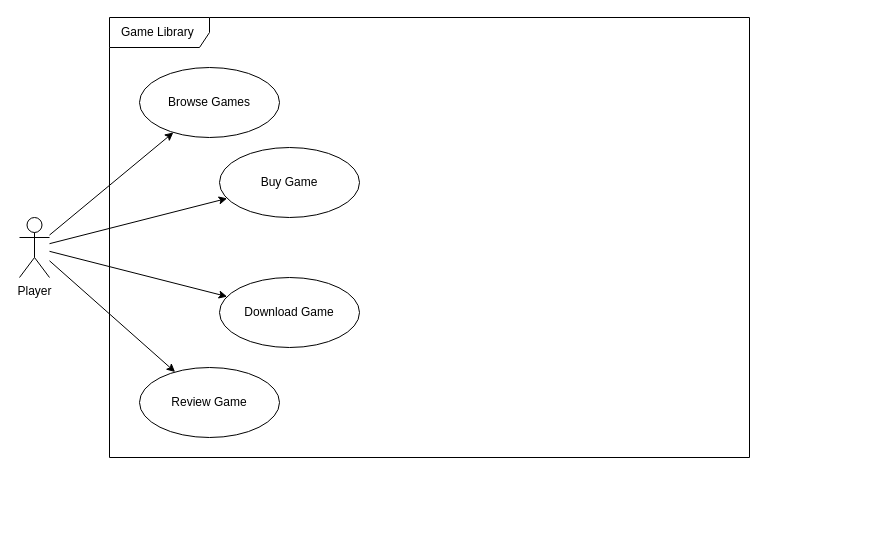
Above: model/Ole/use-case.drawio in Hoglar/tsd2080-oblig1 (draw.io), before the change. Source tidied: cells renumbered, new cells numbered last; positions are measured from the earlier drawing's top-left corner, leaving out a move shared by most shapes. Both pictures are drawn from the tidied source at 100%, with x=0, y=0 at pixel (19, 17).
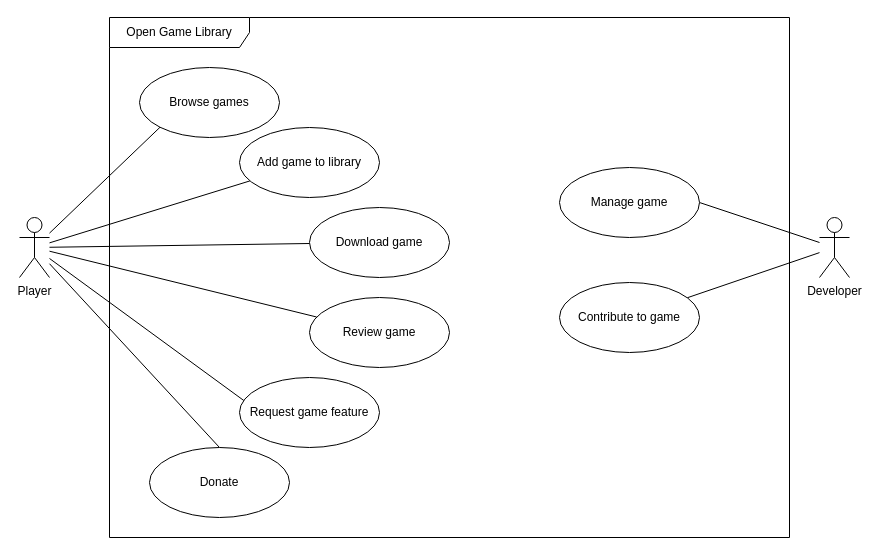
After the change.

Commit message (it also covers changes not shown here):
Add use case and class diagram and ADR file

Unchanged cells that the change refers to:
```xml
<mxCell id="7" value="Player" style="shape=umlActor;verticalLabelPosition=bottom;verticalAlign=top;html=1;" parent="1" vertex="1">
  <mxGeometry y="200" width="30" height="60" as="geometry" />
</mxCell>
```

Change to the diagram source:
```diff
@@
-    <mxCell id="2" value="Game Library&amp;nbsp;" style="shape=umlFrame;whiteSpace=wrap;html=1;width=100;height=30;" parent="1" vertex="1">
-      <mxGeometry x="90" width="640" height="440" as="geometry" />
+    <mxCell id="2" value="Open Game Library" style="shape=umlFrame;whiteSpace=wrap;html=1;width=140;height=30;" parent="1" vertex="1">
+      <mxGeometry x="90" width="680" height="520" as="geometry" />
     </mxCell>
-    <mxCell id="3" style="edgeStyle=none;html=1;" parent="1" edge="1" source="7" target="9">
-      <mxGeometry relative="1" as="geometry" />
-    </mxCell>
-    <mxCell id="4" style="edgeStyle=none;html=1;" parent="1" edge="1" source="7" target="8">
-      <mxGeometry relative="1" as="geometry" />
-    </mxCell>
-    <mxCell id="5" style="edgeStyle=none;html=1;" parent="1" edge="1" source="7" target="10">
-      <mxGeometry relative="1" as="geometry" />
-    </mxCell>
-    <mxCell id="6" style="edgeStyle=none;html=1;" parent="1" edge="1" source="7" target="11">
-      <mxGeometry relative="1" as="geometry" />
-    </mxCell>
+    <mxCell id="12" style="edgeStyle=none;html=1;endArrow=none;endFill=0;" parent="1" edge="1" source="7" target="17">
+      <mxGeometry relative="1" as="geometry" />
+    </mxCell>
+    <mxCell id="13" style="edgeStyle=none;html=1;startArrow=none;startFill=0;endArrow=none;endFill=0;" parent="1" edge="1" source="7" target="18">
+      <mxGeometry relative="1" as="geometry" />
+    </mxCell>
+    <mxCell id="14" style="edgeStyle=none;html=1;endArrow=none;endFill=0;" parent="1" edge="1" source="7" target="19">
+      <mxGeometry relative="1" as="geometry" />
+    </mxCell>
+    <mxCell id="15" style="edgeStyle=none;html=1;entryX=0.039;entryY=0.341;entryDx=0;entryDy=0;endArrow=none;endFill=0;entryPerimeter=0;" parent="1" edge="1" source="7" target="27">
+      <mxGeometry relative="1" as="geometry" />
+    </mxCell>
+    <mxCell id="16" style="edgeStyle=none;html=1;entryX=0.5;entryY=0;entryDx=0;entryDy=0;endArrow=none;endFill=0;" parent="1" edge="1" source="7" target="20">
+      <mxGeometry relative="1" as="geometry" />
+    </mxCell>
@@
-    <mxCell id="8" value="Buy Game" style="ellipse;whiteSpace=wrap;html=1;" parent="1" vertex="1">
-      <mxGeometry x="200" y="130" width="140" height="70" as="geometry" />
-    </mxCell>
-    <mxCell id="9" value="Browse Games" style="ellipse;whiteSpace=wrap;html=1;" parent="1" vertex="1">
-      <mxGeometry x="120" y="50" width="140" height="70" as="geometry" />
-    </mxCell>
-    <mxCell id="10" value="Review Game" style="ellipse;whiteSpace=wrap;html=1;" parent="1" vertex="1">
-      <mxGeometry x="120" y="350" width="140" height="70" as="geometry" />
-    </mxCell>
-    <mxCell id="11" value="Download Game" style="ellipse;whiteSpace=wrap;html=1;" parent="1" vertex="1">
-      <mxGeometry x="200" y="260" width="140" height="70" as="geometry" />
-    </mxCell>
+    <mxCell id="17" value="Add game to library" style="ellipse;whiteSpace=wrap;html=1;" parent="1" vertex="1">
+      <mxGeometry x="220" y="110" width="140" height="70" as="geometry" />
+    </mxCell>
+    <mxCell id="18" value="Download game" style="ellipse;whiteSpace=wrap;html=1;" parent="1" vertex="1">
+      <mxGeometry x="290" y="190" width="140" height="70" as="geometry" />
+    </mxCell>
+    <mxCell id="19" value="Review game" style="ellipse;whiteSpace=wrap;html=1;" parent="1" vertex="1">
+      <mxGeometry x="290" y="280" width="140" height="70" as="geometry" />
+    </mxCell>
+    <mxCell id="20" value="Donate" style="ellipse;whiteSpace=wrap;html=1;" parent="1" vertex="1">
+      <mxGeometry x="130" y="430" width="140" height="70" as="geometry" />
+    </mxCell>
+    <mxCell id="21" value="Browse games" style="ellipse;whiteSpace=wrap;html=1;" parent="1" vertex="1">
+      <mxGeometry x="120" y="50" width="140" height="70" as="geometry" />
+    </mxCell>
+    <mxCell id="22" style="edgeStyle=none;html=1;entryX=1;entryY=0.5;entryDx=0;entryDy=0;endArrow=none;endFill=0;" parent="1" edge="1" source="24" target="25">
+      <mxGeometry relative="1" as="geometry" />
+    </mxCell>
+    <mxCell id="23" style="edgeStyle=none;html=1;endArrow=none;endFill=0;" parent="1" edge="1" source="24" target="26">
+      <mxGeometry relative="1" as="geometry" />
+    </mxCell>
+    <mxCell id="24" value="Developer" style="shape=umlActor;verticalLabelPosition=bottom;verticalAlign=top;html=1;" parent="1" vertex="1">
+      <mxGeometry x="800" y="200" width="30" height="60" as="geometry" />
+    </mxCell>
+    <mxCell id="25" value="Manage game" style="ellipse;whiteSpace=wrap;html=1;" parent="1" vertex="1">
+      <mxGeometry x="540" y="150" width="140" height="70" as="geometry" />
+    </mxCell>
+    <mxCell id="26" value="Contribute to game" style="ellipse;whiteSpace=wrap;html=1;" parent="1" vertex="1">
+      <mxGeometry x="540" y="265" width="140" height="70" as="geometry" />
+    </mxCell>
+    <mxCell id="27" value="Request game feature" style="ellipse;whiteSpace=wrap;html=1;" parent="1" vertex="1">
+      <mxGeometry x="220" y="360" width="140" height="70" as="geometry" />
+    </mxCell>
+    <mxCell id="28" style="edgeStyle=none;html=1;entryX=0;entryY=1;entryDx=0;entryDy=0;endArrow=none;endFill=0;" parent="1" edge="1" source="7" target="21">
+      <mxGeometry relative="1" as="geometry" />
+    </mxCell>
```
